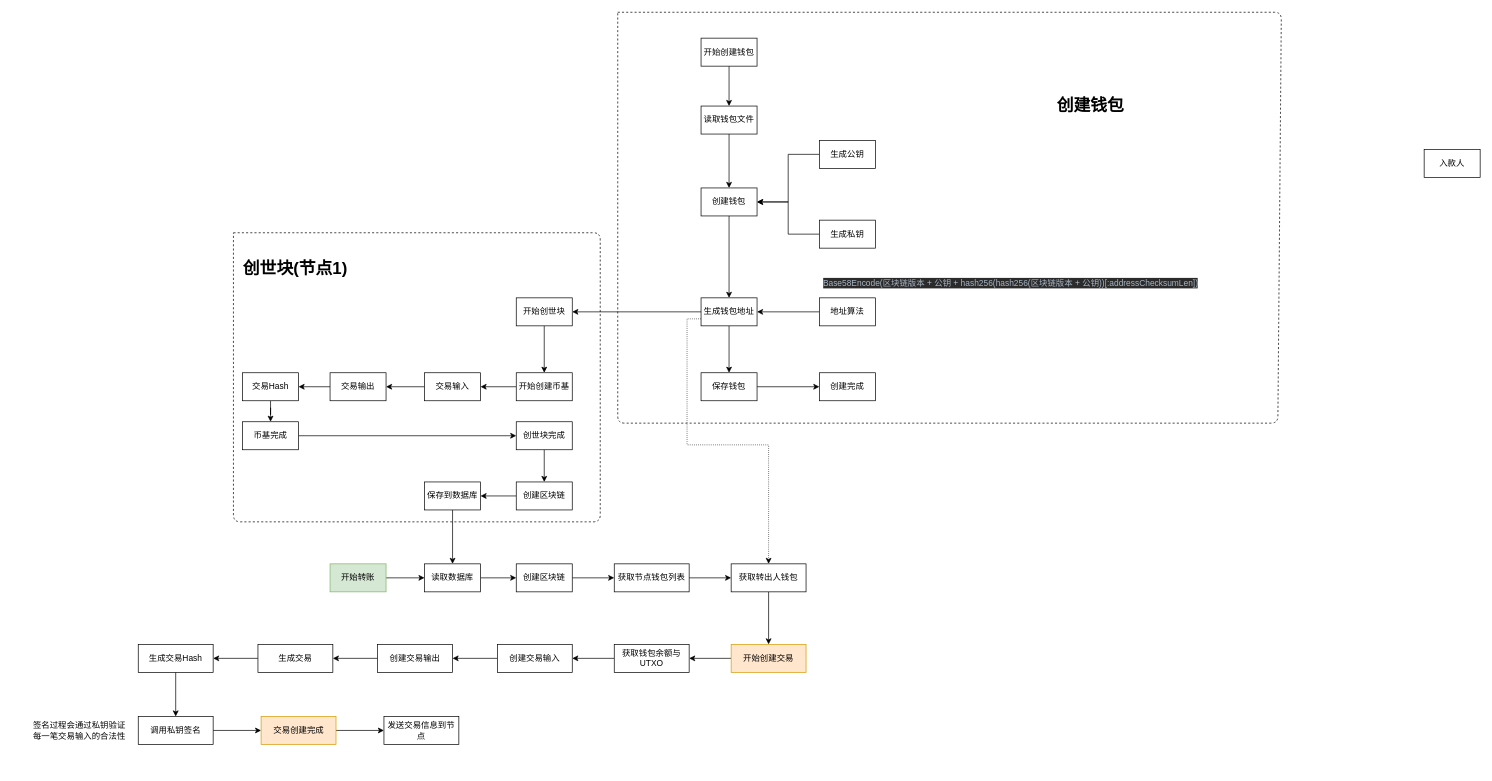
This is btc-process.drawio from yiuked/diagram, a draw.io file, before an edit. Source tidied: cells renumbered, new cells numbered last; positions are measured from the earlier drawing's top-left corner, leaving out a move shared by most shapes. Both pictures are drawn from the tidied source at 70%, with x=0, y=0 at pixel (31, 12).
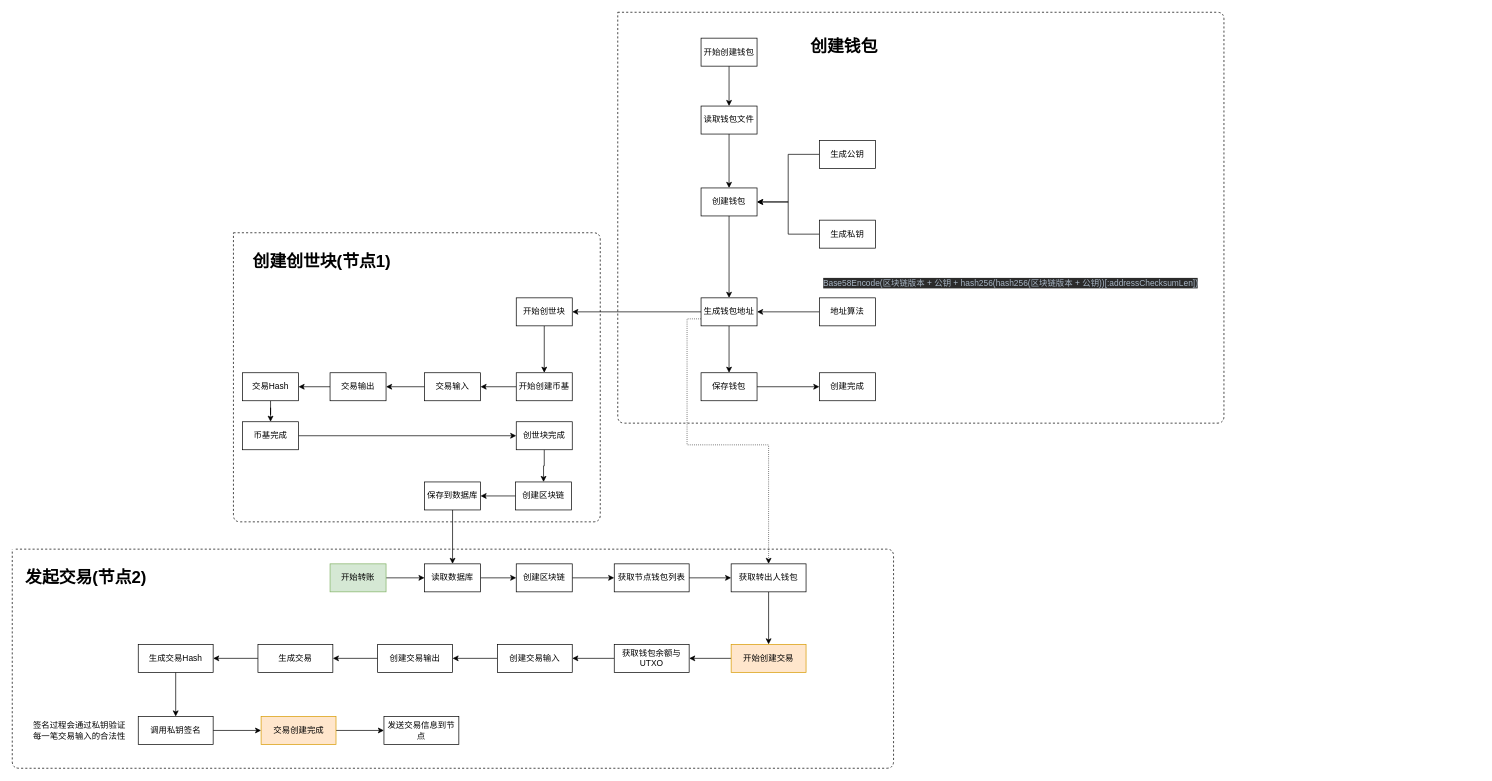
The same page after the edit.

Change to the diagram source:
```diff
@@
-    <mxCell id="4" value="入款人" style="rounded=0;whiteSpace=wrap;html=1;" parent="1" vertex="1">
-      <mxGeometry x="1989" y="196" width="80" height="40" as="geometry" />
-    </mxCell>
     <mxCell id="5" value="创建钱包" style="text;strokeColor=none;fillColor=none;html=1;fontSize=24;fontStyle=1;verticalAlign=middle;align=center;" parent="1" vertex="1">
-      <mxGeometry x="1458" y="114" width="107" height="40" as="geometry" />
+      <mxGeometry x="1106" y="28.5" width="107" height="40" as="geometry" />
     </mxCell>
@@
     <mxCell id="39" value="创建区块链" style="rounded=0;whiteSpace=wrap;html=1;" parent="1" vertex="1">
-      <mxGeometry x="692" y="671" width="80" height="40" as="geometry" />
+      <mxGeometry x="691" y="671" width="80" height="40" as="geometry" />
     </mxCell>
     <mxCell id="40" style="endArrow=none;dashed=1;html=1;" parent="1" edge="1">
       <mxGeometry relative="1" as="geometry">
         <mxPoint x="837" as="sourcePoint" />
         <mxPoint x="837" as="targetPoint" />
         <Array as="points">
-          <mxPoint x="1785" />
-          <mxPoint x="1780" y="587" />
+          <mxPoint x="1703" />
+          <mxPoint x="1703" y="587" />
           <mxPoint x="837" y="587" />
         </Array>
       </mxGeometry>
     </mxCell>
@@
-    <mxCell id="42" value="创世块(节点1)" style="text;strokeColor=none;fillColor=none;html=1;fontSize=24;fontStyle=1;verticalAlign=middle;align=center;" parent="1" vertex="1">
-      <mxGeometry x="326" y="347" width="100" height="40" as="geometry" />
+    <mxCell id="42" value="创建创世块(节点1)" style="text;strokeColor=none;fillColor=none;html=1;fontSize=24;fontStyle=1;verticalAlign=middle;align=center;" parent="1" vertex="1">
+      <mxGeometry x="313" y="337" width="201" height="40" as="geometry" />
     </mxCell>
@@
+    <mxCell id="73" style="endArrow=none;dashed=1;html=1;" parent="1" edge="1">
+      <mxGeometry relative="1" as="geometry">
+        <mxPoint x="-23" y="767" as="sourcePoint" />
+        <mxPoint x="-28" y="767" as="targetPoint" />
+        <Array as="points">
+          <mxPoint x="1231" y="767" />
+          <mxPoint x="1231" y="1080" />
+          <mxPoint x="-28" y="1080" />
+        </Array>
+      </mxGeometry>
+    </mxCell>
+    <mxCell id="74" value="发起交易(节点2)" style="text;strokeColor=none;fillColor=none;html=1;fontSize=24;fontStyle=1;verticalAlign=middle;align=center;" parent="1" vertex="1">
+      <mxGeometry x="-7" y="788" width="167" height="40" as="geometry" />
+    </mxCell>
```
